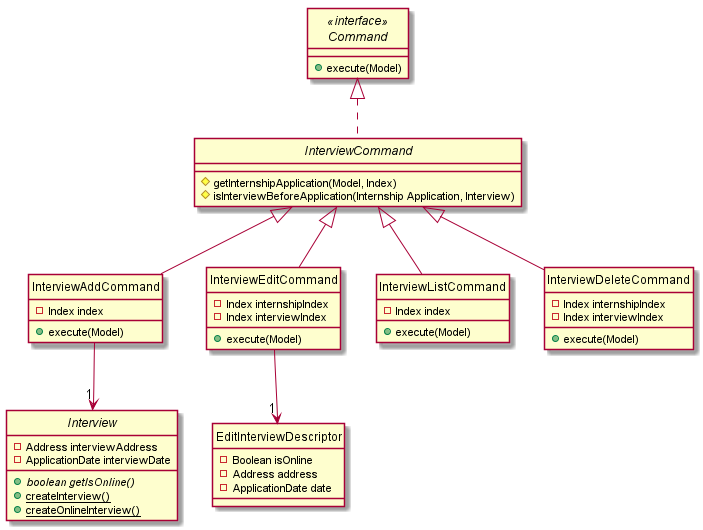
This is images/InterviewCommandClassDiagram.png from AY1920S2-CS2103T-F10-2/main, a PlantUML export, as it was before one commit.
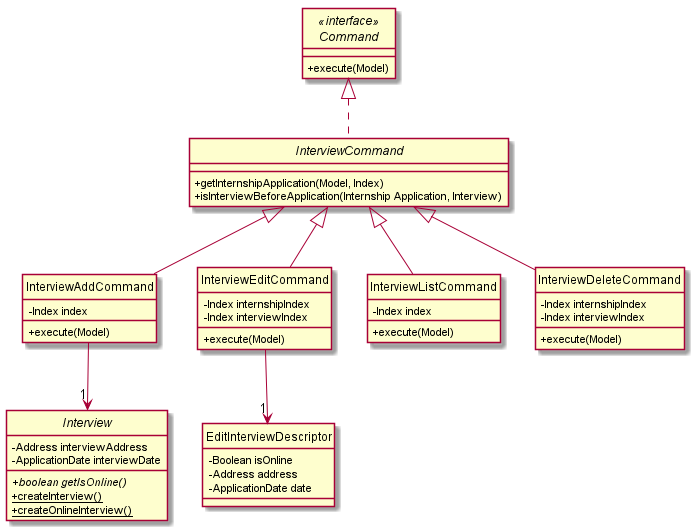
The same diagram one commit later.

Change to the diagram source:
```diff
@@ -1,14 +1,16 @@
 @startuml
 
 hide circle
+
+skinparam classAttributeIconSize 0
 
 interface Command <<interface>> {
 + execute(Model)
 }
 
 abstract class InterviewCommand {
-# getInternshipApplication(Model, Index)
-# isInterviewBeforeApplication(Internship Application, Interview)
++ getInternshipApplication(Model, Index)
++ isInterviewBeforeApplication(Internship Application, Interview)
 }
 
 class InterviewAddCommand {
```
